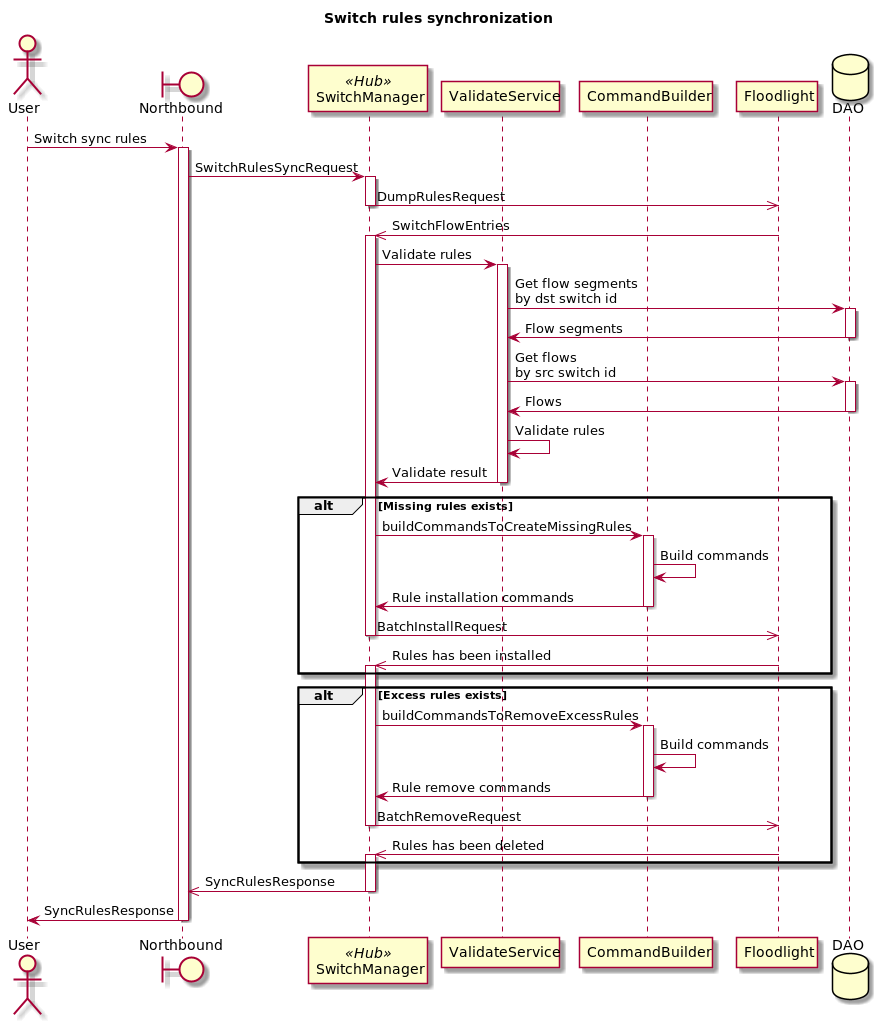
Before: docs/design/hub-and-spoke/switch-sync/h&s-implementation-switch-sync.png, a diagram exported from PlantUML (telstra/open-kilda). The source it was exported from:
```plantuml
@startuml
title Switch rules synchronization

actor User
boundary Northbound as NB
participant SwitchManager << Hub >>
participant ValidateService
participant CommandBuilder
participant Floodlight as FL
database DAO

User -> NB : Switch sync rules

activate NB
NB -> SwitchManager : SwitchRulesSyncRequest
activate SwitchManager

SwitchManager ->> FL : DumpRulesRequest
deactivate SwitchManager
FL ->> SwitchManager : SwitchFlowEntries
activate SwitchManager
SwitchManager -> ValidateService : Validate rules
activate ValidateService
ValidateService -> DAO : Get flow segments\nby dst switch id
activate DAO
DAO -> ValidateService : Flow segments
deactivate DAO
ValidateService -> DAO : Get flows\nby src switch id
activate DAO
DAO -> ValidateService : Flows
deactivate DAO
ValidateService -> ValidateService : Validate rules

ValidateService -> SwitchManager : Validate result
deactivate ValidateService

alt Missing rules exists
    SwitchManager -> CommandBuilder : buildCommandsToCreateMissingRules
    activate CommandBuilder
    CommandBuilder -> CommandBuilder : Build commands
    CommandBuilder -> SwitchManager : Rule installation commands
    deactivate CommandBuilder

    SwitchManager ->> FL : BatchInstallRequest
    deactivate SwitchManager
    FL ->> SwitchManager : Rules has been installed
    activate SwitchManager
end

alt Excess rules exists
    SwitchManager -> CommandBuilder : buildCommandsToRemoveExcessRules
    activate CommandBuilder
    CommandBuilder -> CommandBuilder : Build commands
    CommandBuilder -> SwitchManager : Rule remove commands
    deactivate CommandBuilder

    SwitchManager ->> FL : BatchRemoveRequest
    deactivate SwitchManager
    FL ->> SwitchManager : Rules has been deleted
    activate SwitchManager
end

SwitchManager ->> NB: SyncRulesResponse
deactivate SwitchManager
NB -> User: SyncRulesResponse
deactivate NB

@enduml
```
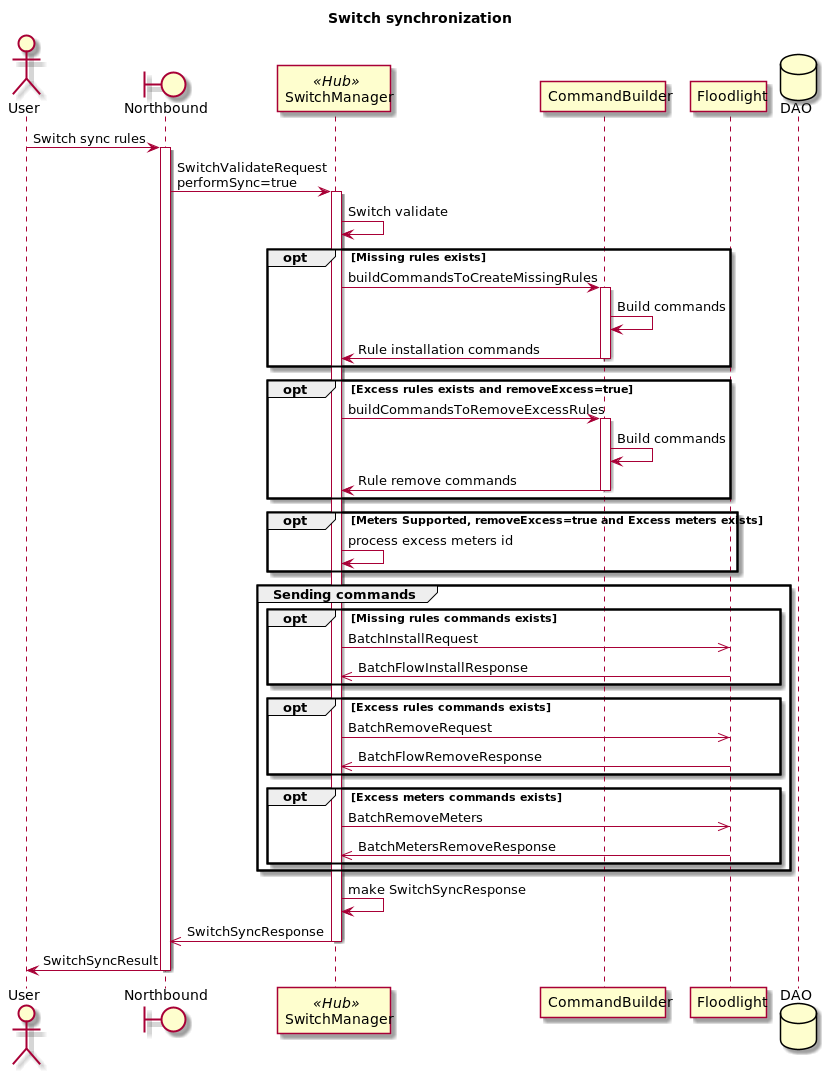
Later version of the same file.

What changed in the source:
```diff
@@ -1,10 +1,9 @@
 @startuml
-title Switch rules synchronization
+title Switch synchronization
 
 actor User
 boundary Northbound as NB
 participant SwitchManager << Hub >>
-participant ValidateService
 participant CommandBuilder
 participant Floodlight as FL
 database DAO
@@ -12,57 +11,51 @@
 User -> NB : Switch sync rules
 
 activate NB
-NB -> SwitchManager : SwitchRulesSyncRequest
+NB -> SwitchManager : SwitchValidateRequest\nperformSync=true
 activate SwitchManager
 
-SwitchManager ->> FL : DumpRulesRequest
-deactivate SwitchManager
-FL ->> SwitchManager : SwitchFlowEntries
-activate SwitchManager
-SwitchManager -> ValidateService : Validate rules
-activate ValidateService
-ValidateService -> DAO : Get flow segments\nby dst switch id
-activate DAO
-DAO -> ValidateService : Flow segments
-deactivate DAO
-ValidateService -> DAO : Get flows\nby src switch id
-activate DAO
-DAO -> ValidateService : Flows
-deactivate DAO
-ValidateService -> ValidateService : Validate rules
+SwitchManager -> SwitchManager : Switch validate
 
-ValidateService -> SwitchManager : Validate result
-deactivate ValidateService
-
-alt Missing rules exists
+opt Missing rules exists
     SwitchManager -> CommandBuilder : buildCommandsToCreateMissingRules
     activate CommandBuilder
     CommandBuilder -> CommandBuilder : Build commands
     CommandBuilder -> SwitchManager : Rule installation commands
     deactivate CommandBuilder
-
-    SwitchManager ->> FL : BatchInstallRequest
-    deactivate SwitchManager
-    FL ->> SwitchManager : Rules has been installed
-    activate SwitchManager
 end
 
-alt Excess rules exists
+opt Excess rules exists and removeExcess=true
     SwitchManager -> CommandBuilder : buildCommandsToRemoveExcessRules
     activate CommandBuilder
     CommandBuilder -> CommandBuilder : Build commands
     CommandBuilder -> SwitchManager : Rule remove commands
     deactivate CommandBuilder
-
-    SwitchManager ->> FL : BatchRemoveRequest
-    deactivate SwitchManager
-    FL ->> SwitchManager : Rules has been deleted
-    activate SwitchManager
 end
 
-SwitchManager ->> NB: SyncRulesResponse
+opt Meters Supported, removeExcess=true and Excess meters exists
+    SwitchManager -> SwitchManager : process excess meters id
+end
+
+group Sending commands
+    opt Missing rules commands exists
+        SwitchManager ->> FL : BatchInstallRequest
+        FL ->> SwitchManager : BatchFlowInstallResponse
+    end
+    opt Excess rules commands exists
+        SwitchManager ->> FL : BatchRemoveRequest
+        FL ->> SwitchManager : BatchFlowRemoveResponse
+    end
+    opt Excess meters commands exists
+        SwitchManager ->> FL : BatchRemoveMeters
+        FL ->> SwitchManager : BatchMetersRemoveResponse
+    end
+end
+
+SwitchManager -> SwitchManager: make SwitchSyncResponse
+SwitchManager ->> NB: SwitchSyncResponse
 deactivate SwitchManager
-NB -> User: SyncRulesResponse
+
+NB -> User: SwitchSyncResult
 deactivate NB
 
 @enduml
```
